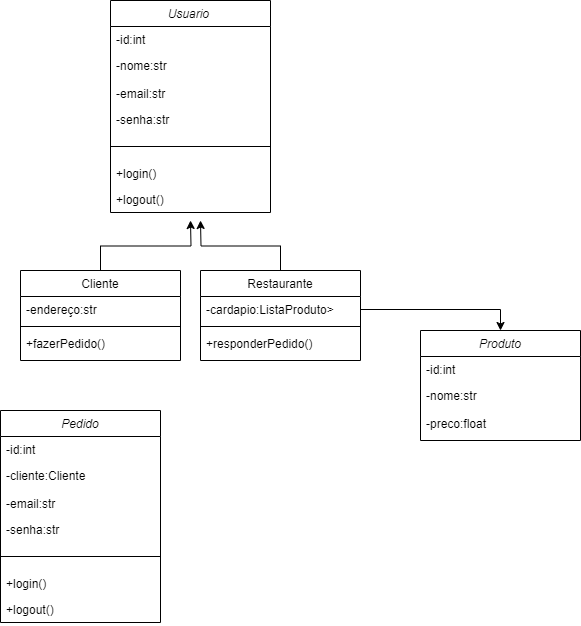
Before: Diagrama de classes DSC.png, a diagram exported from draw.io (luisfelipesantiago/Diagrama-de-classes). Source tidied: cells renumbered, new cells last; positions are measured from the earlier drawing's top-left corner, leaving out a move shared by most shapes.
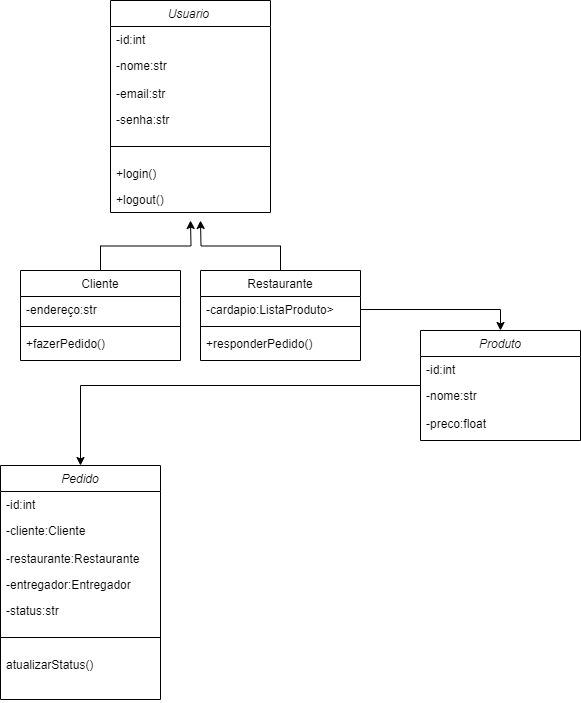
The same diagram one commit later.

Diff of the diagram source:
```diff
@@ -60,6 +60,9 @@
     <mxCell id="19" value="+responderPedido()" style="text;align=left;verticalAlign=top;spacingLeft=4;spacingRight=4;overflow=hidden;" parent="16" vertex="1">
       <mxGeometry y="60" width="160" height="20" as="geometry" />
     </mxCell>
+    <mxCell id="33" style="edgeStyle=orthogonalEdgeStyle;rounded=0;jettySize=auto;html=1;entryX=0.5;entryY=0;entryDx=0;entryDy=0;" parent="1" edge="1" source="20" target="25">
+      <mxGeometry relative="1" as="geometry" />
+    </mxCell>
     <mxCell id="20" value="Produto" style="swimlane;fontStyle=2;align=center;verticalAlign=top;horizontal=1;startSize=26;rounded=0;shadow=0;strokeWidth=1;" parent="1" vertex="1">
       <mxGeometry x="420" y="330" width="160" height="110" as="geometry" />
     </mxCell>
@@ -76,7 +79,7 @@
       <mxGeometry relative="1" as="geometry" />
     </mxCell>
     <mxCell id="25" value="Pedido" style="swimlane;fontStyle=2;align=center;verticalAlign=top;horizontal=1;startSize=26;rounded=0;shadow=0;strokeWidth=1;" parent="1" vertex="1">
-      <mxGeometry y="410" width="160" height="212" as="geometry" />
+      <mxGeometry y="465" width="160" height="234" as="geometry" />
     </mxCell>
     <mxCell id="26" value="-id:int" style="text;align=left;verticalAlign=top;spacingLeft=4;spacingRight=4;overflow=hidden;" parent="25" vertex="1">
       <mxGeometry y="26" width="160" height="26" as="geometry" />
@@ -84,20 +87,23 @@
     <mxCell id="27" value="-cliente:Cliente" style="text;align=left;verticalAlign=top;spacingLeft=4;spacingRight=4;overflow=hidden;rounded=0;shadow=0;html=0;" parent="25" vertex="1">
       <mxGeometry y="52" width="160" height="28" as="geometry" />
     </mxCell>
-    <mxCell id="28" value="-email:str&#10;" style="text;align=left;verticalAlign=top;spacingLeft=4;spacingRight=4;overflow=hidden;rounded=0;shadow=0;html=0;" parent="25" vertex="1">
+    <mxCell id="28" value="-restaurante:Restaurante" style="text;align=left;verticalAlign=top;spacingLeft=4;spacingRight=4;overflow=hidden;rounded=0;shadow=0;html=0;" parent="25" vertex="1">
       <mxGeometry y="80" width="160" height="26" as="geometry" />
     </mxCell>
-    <mxCell id="29" value="-senha:str&#10;" style="text;align=left;verticalAlign=top;spacingLeft=4;spacingRight=4;overflow=hidden;rounded=0;shadow=0;html=0;" parent="25" vertex="1">
+    <mxCell id="29" value="-entregador:Entregador" style="text;align=left;verticalAlign=top;spacingLeft=4;spacingRight=4;overflow=hidden;rounded=0;shadow=0;html=0;" parent="25" vertex="1">
       <mxGeometry y="106" width="160" height="26" as="geometry" />
     </mxCell>
+    <mxCell id="34" value="-status:str" style="text;align=left;verticalAlign=top;spacingLeft=4;spacingRight=4;overflow=hidden;rounded=0;shadow=0;html=0;" parent="25" vertex="1">
+      <mxGeometry y="132" width="160" height="26" as="geometry" />
+    </mxCell>
     <mxCell id="30" style="line;html=1;strokeWidth=1;align=left;verticalAlign=middle;spacingTop=-1;spacingLeft=3;spacingRight=3;labelPosition=right;" parent="25" vertex="1">
-      <mxGeometry y="132" width="160" height="28" as="geometry" />
+      <mxGeometry y="158" width="160" height="28" as="geometry" />
     </mxCell>
+    <mxCell id="32" value="atualizarStatus()" style="text;align=left;verticalAlign=top;spacingLeft=4;spacingRight=4;overflow=hidden;rounded=0;shadow=0;html=0;" parent="25" vertex="1">
+      <mxGeometry y="186" width="160" height="22" as="geometry" />
+    </mxCell>
-    <mxCell id="31" value="+login()" style="text;align=left;verticalAlign=top;spacingLeft=4;spacingRight=4;overflow=hidden;rounded=0;shadow=0;html=0;" parent="25" vertex="1">
-      <mxGeometry y="160" width="160" height="26" as="geometry" />
+    <mxCell id="31" value="&#10;" style="text;align=left;verticalAlign=top;spacingLeft=4;spacingRight=4;overflow=hidden;rounded=0;shadow=0;html=0;" parent="25" vertex="1">
+      <mxGeometry y="208" width="160" height="26" as="geometry" />
     </mxCell>
-    <mxCell id="32" value="+logout()" style="text;align=left;verticalAlign=top;spacingLeft=4;spacingRight=4;overflow=hidden;rounded=0;shadow=0;html=0;" parent="25" vertex="1">
-      <mxGeometry y="186" width="160" height="26" as="geometry" />
-    </mxCell>
   </root>
 </mxGraphModel>
```
